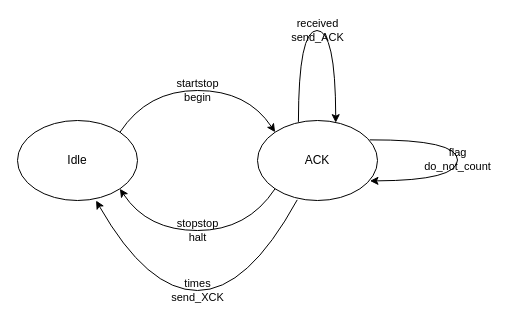
Before: visuals/sensor_ACK.drawio in oscarlpujol/ProyectoFinal, a draw.io diagram. Source tidied: cells renumbered, new cells numbered last; positions are measured from the earlier drawing's top-left corner, leaving out a move shared by most shapes. Both pictures are drawn from the tidied source at 100%, with x=0, y=0 at pixel (17, 30).
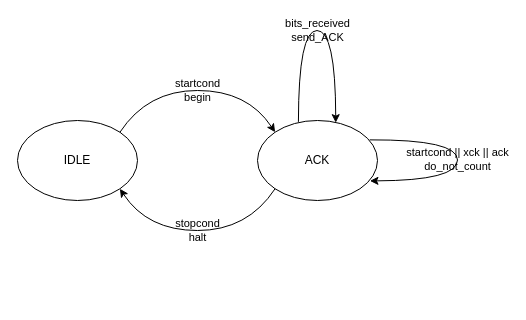
The same page after the edit.

What changed in the source:
```diff
@@
 <mxGraphModel>
   <root>
     <mxCell id="0" />
     <mxCell id="1" parent="0" />
-    <mxCell id="2" value="Idle" style="ellipse;whiteSpace=wrap;html=1;" parent="1" vertex="1">
+    <mxCell id="2" value="IDLE" style="ellipse;whiteSpace=wrap;html=1;" parent="1" vertex="1">
       <mxGeometry y="90" width="120" height="80" as="geometry" />
     </mxCell>
     <mxCell id="3" value="ACK" style="ellipse;whiteSpace=wrap;html=1;" parent="1" vertex="1">
       <mxGeometry x="240" y="90" width="120" height="80" as="geometry" />
     </mxCell>
-    <mxCell id="4" value="startstop&lt;br&gt;begin" style="curved=1;endArrow=classic;html=1;exitX=1;exitY=0;exitDx=0;exitDy=0;entryX=0;entryY=0;entryDx=0;entryDy=0;labelBackgroundColor=none;" parent="1" edge="1" source="2" target="3">
+    <mxCell id="4" value="startcond&lt;br&gt;begin" style="curved=1;endArrow=classic;html=1;exitX=1;exitY=0;exitDx=0;exitDy=0;entryX=0;entryY=0;entryDx=0;entryDy=0;labelBackgroundColor=none;" parent="1" edge="1" source="2" target="3">
       <mxGeometry relative="1" as="geometry">
         <Array as="points">
           <mxPoint x="130" y="60" />
           <mxPoint x="230" y="60" />
         </Array>
       </mxGeometry>
     </mxCell>
-    <mxCell id="5" value="stopstop&lt;br&gt;halt" style="curved=1;endArrow=classic;html=1;exitX=0;exitY=1;exitDx=0;exitDy=0;entryX=1;entryY=1;entryDx=0;entryDy=0;labelBackgroundColor=none;" parent="1" edge="1" source="3" target="2">
+    <mxCell id="5" value="stopcond&lt;br&gt;halt" style="curved=1;endArrow=classic;html=1;exitX=0;exitY=1;exitDx=0;exitDy=0;entryX=1;entryY=1;entryDx=0;entryDy=0;labelBackgroundColor=none;" parent="1" edge="1" source="3" target="2">
       <mxGeometry relative="1" as="geometry">
         <Array as="points">
           <mxPoint x="230" y="200" />
           <mxPoint x="130" y="200" />
         </Array>
       </mxGeometry>
     </mxCell>
-    <mxCell id="6" value="received&lt;br&gt;send_ACK" style="curved=1;endArrow=classic;html=1;exitX=0.341;exitY=0.017;exitDx=0;exitDy=0;exitPerimeter=0;entryX=0.652;entryY=0.027;entryDx=0;entryDy=0;entryPerimeter=0;labelBackgroundColor=none;" parent="1" edge="1" source="3" target="3">
+    <mxCell id="6" value="bits_received&lt;br&gt;send_ACK" style="curved=1;endArrow=classic;html=1;exitX=0.341;exitY=0.017;exitDx=0;exitDy=0;exitPerimeter=0;entryX=0.652;entryY=0.027;entryDx=0;entryDy=0;entryPerimeter=0;labelBackgroundColor=none;" parent="1" edge="1" source="3" target="3">
       <mxGeometry relative="1" as="geometry">
         <Array as="points">
           <mxPoint x="281" />
           <mxPoint x="318" />
         </Array>
       </mxGeometry>
     </mxCell>
-    <mxCell id="7" value="times&lt;br&gt;send_XCK" style="curved=1;endArrow=classic;html=1;entryX=0.655;entryY=1.001;entryDx=0;entryDy=0;entryPerimeter=0;exitX=0.331;exitY=0.992;exitDx=0;exitDy=0;exitPerimeter=0;labelBackgroundColor=none;" parent="1" edge="1" source="3" target="2">
-      <mxGeometry relative="1" as="geometry">
-        <Array as="points">
-          <mxPoint x="230" y="260" />
-          <mxPoint x="130" y="260" />
-        </Array>
-      </mxGeometry>
-    </mxCell>
-    <mxCell id="8" value="flag&lt;br&gt;do_not_count" style="curved=1;endArrow=classic;html=1;exitX=0.935;exitY=0.242;exitDx=0;exitDy=0;exitPerimeter=0;entryX=0.937;entryY=0.755;entryDx=0;entryDy=0;entryPerimeter=0;labelBackgroundColor=none;" parent="1" edge="1" source="3" target="3">
+    <mxCell id="8" value="startcond || xck || ack&lt;br&gt;do_not_count" style="curved=1;endArrow=classic;html=1;exitX=0.935;exitY=0.242;exitDx=0;exitDy=0;exitPerimeter=0;entryX=0.937;entryY=0.755;entryDx=0;entryDy=0;entryPerimeter=0;labelBackgroundColor=none;" parent="1" edge="1" source="3" target="3">
       <mxGeometry relative="1" as="geometry">
         <Array as="points">
           <mxPoint x="440" y="109" />
           <mxPoint x="440" y="150" />
         </Array>
       </mxGeometry>
     </mxCell>
   </root>
 </mxGraphModel>
```
